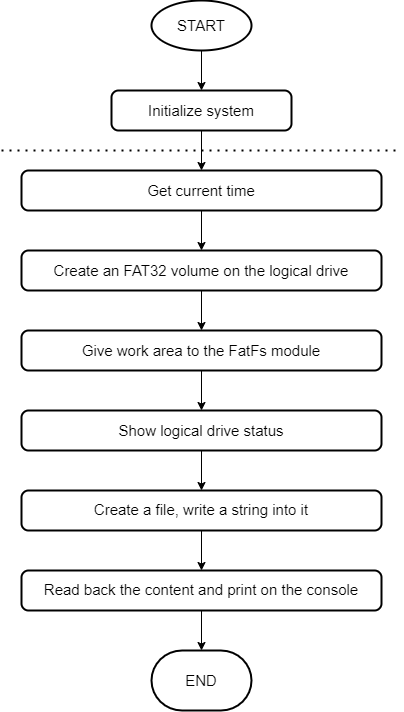
SiliconLabs/platform_hardware_drivers keeps this draw.io diagram as storage_sd_card/images/workflow.png. Above is the earlier version. Source tidied: cells renumbered, new cells last; positions are measured from the earlier drawing's top-left corner, leaving out a move shared by most shapes. Its diagram source:
```xml
<mxGraphModel>
  <root>
    <mxCell id="0" />
    <mxCell id="1" parent="0" />
    <mxCell id="2" style="edgeStyle=orthogonalEdgeStyle;rounded=0;jettySize=auto;html=1;exitX=0.5;exitY=1;exitDx=0;exitDy=0;exitPerimeter=0;entryX=0.5;entryY=0;entryDx=0;entryDy=0;" parent="1" edge="1" source="3" target="5">
      <mxGeometry relative="1" as="geometry" />
    </mxCell>
    <mxCell id="3" value="&lt;font style=&quot;font-size: 15px;&quot;&gt;START&lt;/font&gt;" style="strokeWidth=2;html=1;shape=mxgraph.flowchart.start_1;whiteSpace=wrap;" parent="1" vertex="1">
      <mxGeometry x="150" width="100" height="50" as="geometry" />
    </mxCell>
    <mxCell id="4" style="edgeStyle=orthogonalEdgeStyle;rounded=0;jettySize=auto;html=1;fontSize=16;" parent="1" edge="1" source="5" target="7">
      <mxGeometry relative="1" as="geometry" />
    </mxCell>
    <mxCell id="5" value="&lt;font style=&quot;font-size: 15px;&quot;&gt;Initialize system&lt;/font&gt;" style="rounded=1;whiteSpace=wrap;html=1;absoluteArcSize=1;arcSize=14;strokeWidth=2;" parent="1" vertex="1">
      <mxGeometry x="110" y="90" width="180" height="40" as="geometry" />
    </mxCell>
    <mxCell id="6" style="edgeStyle=orthogonalEdgeStyle;rounded=0;jettySize=auto;html=1;fontSize=16;" parent="1" edge="1" source="7" target="9">
      <mxGeometry relative="1" as="geometry" />
    </mxCell>
    <mxCell id="7" value="&lt;span style=&quot;text-align: left; background-color: rgb(255, 255, 255);&quot;&gt;&lt;font style=&quot;font-size: 15px;&quot;&gt;Get current time&lt;/font&gt;&lt;/span&gt;" style="rounded=1;whiteSpace=wrap;html=1;absoluteArcSize=1;arcSize=14;strokeWidth=2;" parent="1" vertex="1">
      <mxGeometry x="20" y="170" width="360" height="40" as="geometry" />
    </mxCell>
    <mxCell id="8" style="edgeStyle=orthogonalEdgeStyle;rounded=0;jettySize=auto;html=1;fontFamily=Helvetica;fontSize=15;fontColor=#000000;" parent="1" edge="1" source="9" target="11">
      <mxGeometry relative="1" as="geometry" />
    </mxCell>
    <mxCell id="9" value="&lt;span style=&quot;text-align: start; background-color: rgb(255, 255, 255);&quot;&gt;&lt;font style=&quot;font-size: 15px;&quot;&gt;Create an FAT32 volume on the logical drive&lt;/font&gt;&lt;/span&gt;" style="rounded=1;whiteSpace=wrap;html=1;absoluteArcSize=1;arcSize=14;strokeWidth=2;" parent="1" vertex="1">
      <mxGeometry x="20" y="250" width="360" height="40" as="geometry" />
    </mxCell>
    <mxCell id="10" style="edgeStyle=orthogonalEdgeStyle;rounded=0;jettySize=auto;html=1;fontFamily=Helvetica;fontSize=15;fontColor=#000000;" parent="1" edge="1" source="11" target="13">
      <mxGeometry relative="1" as="geometry" />
    </mxCell>
    <mxCell id="11" value="&lt;div style=&quot;text-align: start;&quot;&gt;&lt;span style=&quot;background-color: initial;&quot;&gt;&lt;font style=&quot;font-size: 15px;&quot;&gt;Give work area to the FatFs module&lt;/font&gt;&lt;/span&gt;&lt;/div&gt;" style="rounded=1;whiteSpace=wrap;html=1;absoluteArcSize=1;arcSize=14;strokeWidth=2;" parent="1" vertex="1">
      <mxGeometry x="20" y="330" width="360" height="40" as="geometry" />
    </mxCell>
    <mxCell id="12" style="edgeStyle=orthogonalEdgeStyle;rounded=0;jettySize=auto;html=1;fontFamily=Helvetica;fontSize=15;fontColor=#000000;" parent="1" edge="1" source="13" target="15">
      <mxGeometry relative="1" as="geometry" />
    </mxCell>
    <mxCell id="13" value="&lt;div style=&quot;text-align: start;&quot;&gt;&lt;span style=&quot;background-color: initial;&quot;&gt;&lt;font style=&quot;font-size: 15px;&quot;&gt;Show logical drive status&lt;/font&gt;&lt;/span&gt;&lt;/div&gt;" style="rounded=1;whiteSpace=wrap;html=1;absoluteArcSize=1;arcSize=14;strokeWidth=2;" parent="1" vertex="1">
      <mxGeometry x="20" y="410" width="360" height="40" as="geometry" />
    </mxCell>
    <mxCell id="14" style="edgeStyle=orthogonalEdgeStyle;rounded=0;jettySize=auto;html=1;fontFamily=Helvetica;fontSize=15;fontColor=#000000;" parent="1" edge="1" source="15" target="18">
      <mxGeometry relative="1" as="geometry" />
    </mxCell>
    <mxCell id="15" value="&lt;div style=&quot;text-align: start;&quot;&gt;&lt;div style=&quot;line-height: 19px;&quot;&gt;&lt;span style=&quot;background-color: rgb(255, 255, 255);&quot;&gt;&lt;font style=&quot;font-size: 15px;&quot;&gt;Create a file, write a string into it&lt;/font&gt;&lt;/span&gt;&lt;/div&gt;&lt;/div&gt;" style="rounded=1;whiteSpace=wrap;html=1;absoluteArcSize=1;arcSize=14;strokeWidth=2;" parent="1" vertex="1">
      <mxGeometry x="20" y="490" width="360" height="40" as="geometry" />
    </mxCell>
    <mxCell id="16" style="endArrow=none;dashed=1;html=1;dashPattern=1 3;strokeWidth=2;rounded=0;fontSize=16;" parent="1" edge="1">
      <mxGeometry relative="1" as="geometry">
        <mxPoint y="150" as="sourcePoint" />
        <mxPoint x="400" y="150" as="targetPoint" />
      </mxGeometry>
    </mxCell>
    <mxCell id="17" style="edgeStyle=orthogonalEdgeStyle;rounded=0;jettySize=auto;html=1;fontFamily=Helvetica;fontSize=15;fontColor=#000000;" parent="1" edge="1" source="18" target="19">
      <mxGeometry relative="1" as="geometry" />
    </mxCell>
    <mxCell id="18" value="&lt;div style=&quot;text-align: start;&quot;&gt;&lt;div style=&quot;line-height: 19px;&quot;&gt;&lt;font style=&quot;font-size: 15px; background-color: rgb(255, 255, 255);&quot;&gt;Read back the content and print on the console&lt;/font&gt;&lt;/div&gt;&lt;/div&gt;" style="rounded=1;whiteSpace=wrap;html=1;absoluteArcSize=1;arcSize=14;strokeWidth=2;" parent="1" vertex="1">
      <mxGeometry x="20" y="570" width="360" height="40" as="geometry" />
    </mxCell>
    <mxCell id="19" value="END" style="strokeWidth=2;html=1;shape=mxgraph.flowchart.terminator;whiteSpace=wrap;labelBackgroundColor=#FFFFFF;fontFamily=Helvetica;fontSize=15;fontColor=#000000;" parent="1" vertex="1">
      <mxGeometry x="150" y="650" width="100" height="60" as="geometry" />
    </mxCell>
  </root>
</mxGraphModel>
```
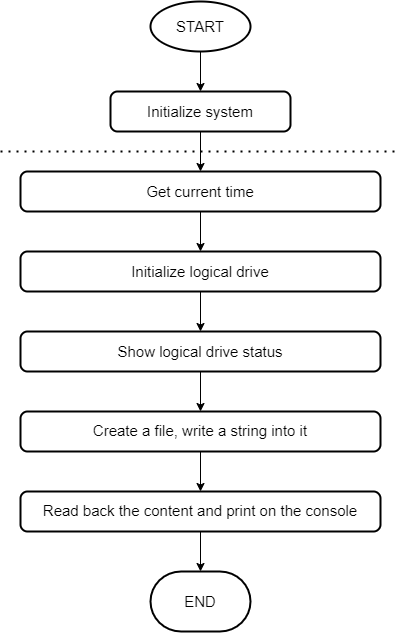
The same diagram one commit later.

The edit, as a diff of the source:
```diff
@@ -6,30 +6,26 @@
       <mxGeometry relative="1" as="geometry" />
     </mxCell>
     <mxCell id="3" value="&lt;font style=&quot;font-size: 15px;&quot;&gt;START&lt;/font&gt;" style="strokeWidth=2;html=1;shape=mxgraph.flowchart.start_1;whiteSpace=wrap;" parent="1" vertex="1">
-      <mxGeometry x="150" width="100" height="50" as="geometry" />
+      <mxGeometry x="150" y="80" width="100" height="50" as="geometry" />
     </mxCell>
     <mxCell id="4" style="edgeStyle=orthogonalEdgeStyle;rounded=0;jettySize=auto;html=1;fontSize=16;" parent="1" edge="1" source="5" target="7">
       <mxGeometry relative="1" as="geometry" />
     </mxCell>
     <mxCell id="5" value="&lt;font style=&quot;font-size: 15px;&quot;&gt;Initialize system&lt;/font&gt;" style="rounded=1;whiteSpace=wrap;html=1;absoluteArcSize=1;arcSize=14;strokeWidth=2;" parent="1" vertex="1">
-      <mxGeometry x="110" y="90" width="180" height="40" as="geometry" />
+      <mxGeometry x="110" y="170" width="180" height="40" as="geometry" />
     </mxCell>
-    <mxCell id="6" style="edgeStyle=orthogonalEdgeStyle;rounded=0;jettySize=auto;html=1;fontSize=16;" parent="1" edge="1" source="7" target="9">
-      <mxGeometry relative="1" as="geometry" />
+    <mxCell id="6" style="edgeStyle=orthogonalEdgeStyle;rounded=0;jettySize=auto;html=1;fontSize=16;" parent="1" edge="1" source="7">
+      <mxGeometry relative="1" as="geometry">
+        <mxPoint x="200" y="330" as="targetPoint" />
+      </mxGeometry>
     </mxCell>
     <mxCell id="7" value="&lt;span style=&quot;text-align: left; background-color: rgb(255, 255, 255);&quot;&gt;&lt;font style=&quot;font-size: 15px;&quot;&gt;Get current time&lt;/font&gt;&lt;/span&gt;" style="rounded=1;whiteSpace=wrap;html=1;absoluteArcSize=1;arcSize=14;strokeWidth=2;" parent="1" vertex="1">
-      <mxGeometry x="20" y="170" width="360" height="40" as="geometry" />
+      <mxGeometry x="20" y="250" width="360" height="40" as="geometry" />
     </mxCell>
-    <mxCell id="8" style="edgeStyle=orthogonalEdgeStyle;rounded=0;jettySize=auto;html=1;fontFamily=Helvetica;fontSize=15;fontColor=#000000;" parent="1" edge="1" source="9" target="11">
-      <mxGeometry relative="1" as="geometry" />
-    </mxCell>
-    <mxCell id="9" value="&lt;span style=&quot;text-align: start; background-color: rgb(255, 255, 255);&quot;&gt;&lt;font style=&quot;font-size: 15px;&quot;&gt;Create an FAT32 volume on the logical drive&lt;/font&gt;&lt;/span&gt;" style="rounded=1;whiteSpace=wrap;html=1;absoluteArcSize=1;arcSize=14;strokeWidth=2;" parent="1" vertex="1">
-      <mxGeometry x="20" y="250" width="360" height="40" as="geometry" />
-    </mxCell>
     <mxCell id="10" style="edgeStyle=orthogonalEdgeStyle;rounded=0;jettySize=auto;html=1;fontFamily=Helvetica;fontSize=15;fontColor=#000000;" parent="1" edge="1" source="11" target="13">
       <mxGeometry relative="1" as="geometry" />
     </mxCell>
-    <mxCell id="11" value="&lt;div style=&quot;text-align: start;&quot;&gt;&lt;span style=&quot;background-color: initial;&quot;&gt;&lt;font style=&quot;font-size: 15px;&quot;&gt;Give work area to the FatFs module&lt;/font&gt;&lt;/span&gt;&lt;/div&gt;" style="rounded=1;whiteSpace=wrap;html=1;absoluteArcSize=1;arcSize=14;strokeWidth=2;" parent="1" vertex="1">
+    <mxCell id="11" value="&lt;div style=&quot;text-align: start;&quot;&gt;&lt;div style=&quot;font-size: 14px; line-height: 19px;&quot;&gt;&lt;span style=&quot;font-size: 15px; background-color: rgb(255, 255, 255);&quot;&gt;Initialize logical drive&lt;/span&gt;&lt;/div&gt;&lt;/div&gt;" style="rounded=1;whiteSpace=wrap;html=1;absoluteArcSize=1;arcSize=14;strokeWidth=2;" parent="1" vertex="1">
       <mxGeometry x="20" y="330" width="360" height="40" as="geometry" />
     </mxCell>
     <mxCell id="12" style="edgeStyle=orthogonalEdgeStyle;rounded=0;jettySize=auto;html=1;fontFamily=Helvetica;fontSize=15;fontColor=#000000;" parent="1" edge="1" source="13" target="15">
@@ -46,8 +42,8 @@
     </mxCell>
     <mxCell id="16" style="endArrow=none;dashed=1;html=1;dashPattern=1 3;strokeWidth=2;rounded=0;fontSize=16;" parent="1" edge="1">
       <mxGeometry relative="1" as="geometry">
-        <mxPoint y="150" as="sourcePoint" />
-        <mxPoint x="400" y="150" as="targetPoint" />
+        <mxPoint y="230" as="sourcePoint" />
+        <mxPoint x="400" y="230" as="targetPoint" />
       </mxGeometry>
     </mxCell>
     <mxCell id="17" style="edgeStyle=orthogonalEdgeStyle;rounded=0;jettySize=auto;html=1;fontFamily=Helvetica;fontSize=15;fontColor=#000000;" parent="1" edge="1" source="18" target="19">
```
